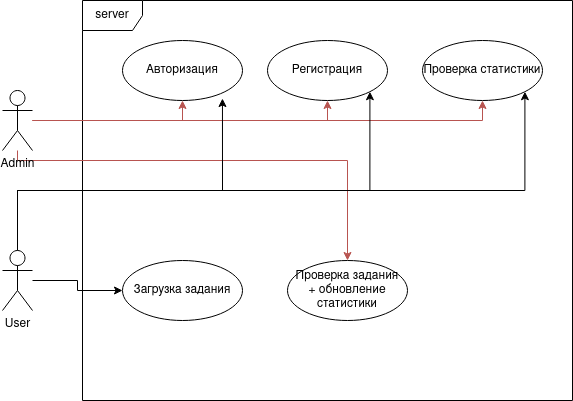
Above: docs/UseCase.drawio.png in tunderof/potato (draw.io), before the change. Source tidied: cells renumbered, new cells last; positions are measured from the earlier drawing's top-left corner, leaving out a move shared by most shapes.
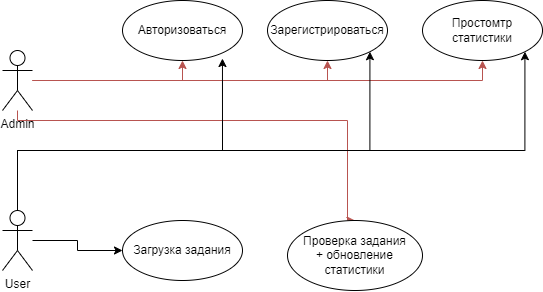
Later version of the same file.

Diff of the diagram source:
```diff
@@ -1,11 +1,8 @@
-<mxGraphModel>
+<mxGraphModel background="#ffffff">
   <root>
     <mxCell id="0" />
     <mxCell id="1" parent="0" />
-    <mxCell id="2" value="server" style="shape=umlFrame;whiteSpace=wrap;html=1;" parent="1" vertex="1">
-      <mxGeometry x="80" width="490" height="400" as="geometry" />
-    </mxCell>
-    <mxCell id="3" value="Авторизация" style="ellipse;whiteSpace=wrap;html=1;" parent="1" vertex="1">
+    <mxCell id="3" value="Авторизоваться" style="ellipse;whiteSpace=wrap;html=1;" parent="1" vertex="1">
       <mxGeometry x="120" y="40" width="120" height="60" as="geometry" />
     </mxCell>
     <mxCell id="4" style="edgeStyle=orthogonalEdgeStyle;rounded=0;jettySize=auto;html=1;entryX=0.5;entryY=1;entryDx=0;entryDy=0;fillColor=#f8cecc;strokeColor=#b85450;" parent="1" edge="1" source="8" target="3">
@@ -25,10 +22,10 @@
         </Array>
       </mxGeometry>
     </mxCell>
-    <mxCell id="8" value="Admin" style="shape=umlActor;verticalLabelPosition=bottom;verticalAlign=top;html=1;" parent="1" vertex="1">
+    <mxCell id="8" value="Admin" style="shape=umlActor;verticalLabelPosition=bottom;verticalAlign=top;html=1;strokeColor=#000000;fontColor=#000000;" parent="1" vertex="1">
       <mxGeometry y="90" width="30" height="60" as="geometry" />
     </mxCell>
-    <mxCell id="9" style="edgeStyle=orthogonalEdgeStyle;rounded=0;jettySize=auto;html=1;entryX=0.833;entryY=0.967;entryDx=0;entryDy=0;entryPerimeter=0;" parent="1" edge="1" source="13" target="3">
+    <mxCell id="9" style="edgeStyle=orthogonalEdgeStyle;rounded=0;jettySize=auto;html=1;entryX=0.833;entryY=0.967;entryDx=0;entryDy=0;entryPerimeter=0;strokeColor=#000000;" parent="1" edge="1" source="13" target="3">
       <mxGeometry relative="1" as="geometry">
         <Array as="points">
           <mxPoint x="15" y="190" />
@@ -36,7 +33,7 @@
         </Array>
       </mxGeometry>
     </mxCell>
-    <mxCell id="10" style="edgeStyle=orthogonalEdgeStyle;rounded=0;jettySize=auto;html=1;entryX=1;entryY=1;entryDx=0;entryDy=0;" parent="1" edge="1" source="13" target="14">
+    <mxCell id="10" style="edgeStyle=orthogonalEdgeStyle;rounded=0;jettySize=auto;html=1;entryX=1;entryY=1;entryDx=0;entryDy=0;strokeColor=#000000;" parent="1" edge="1" source="13" target="14">
       <mxGeometry relative="1" as="geometry">
         <Array as="points">
           <mxPoint x="15" y="190" />
@@ -44,7 +41,7 @@
         </Array>
       </mxGeometry>
     </mxCell>
-    <mxCell id="11" style="edgeStyle=orthogonalEdgeStyle;rounded=0;jettySize=auto;html=1;entryX=1;entryY=1;entryDx=0;entryDy=0;" parent="1" edge="1" source="13" target="15">
+    <mxCell id="11" style="edgeStyle=orthogonalEdgeStyle;rounded=0;jettySize=auto;html=1;entryX=1;entryY=1;entryDx=0;entryDy=0;strokeColor=#000000;" parent="1" edge="1" source="13" target="15">
       <mxGeometry relative="1" as="geometry">
         <Array as="points">
           <mxPoint x="15" y="190" />
@@ -52,20 +49,20 @@
         </Array>
       </mxGeometry>
     </mxCell>
-    <mxCell id="12" style="edgeStyle=orthogonalEdgeStyle;rounded=0;jettySize=auto;html=1;entryX=0;entryY=0.5;entryDx=0;entryDy=0;" parent="1" edge="1" source="13" target="17">
+    <mxCell id="12" style="edgeStyle=orthogonalEdgeStyle;rounded=0;jettySize=auto;html=1;entryX=0;entryY=0.5;entryDx=0;entryDy=0;strokeColor=#000000;" parent="1" edge="1" source="13" target="17">
       <mxGeometry relative="1" as="geometry" />
     </mxCell>
-    <mxCell id="13" value="User" style="shape=umlActor;verticalLabelPosition=bottom;verticalAlign=top;html=1;" parent="1" vertex="1">
+    <mxCell id="13" value="User" style="shape=umlActor;verticalLabelPosition=bottom;verticalAlign=top;html=1;fontColor=#000000;strokeColor=#000000;" parent="1" vertex="1">
       <mxGeometry y="250" width="30" height="60" as="geometry" />
     </mxCell>
-    <mxCell id="14" value="Регистрация" style="ellipse;whiteSpace=wrap;html=1;" parent="1" vertex="1">
+    <mxCell id="14" value="Зарегистрироваться" style="ellipse;whiteSpace=wrap;html=1;" parent="1" vertex="1">
       <mxGeometry x="265" y="40" width="120" height="60" as="geometry" />
     </mxCell>
-    <mxCell id="15" value="Проверка статистики" style="ellipse;whiteSpace=wrap;html=1;" parent="1" vertex="1">
+    <mxCell id="15" value="Простомтр статистики" style="ellipse;whiteSpace=wrap;html=1;" parent="1" vertex="1">
       <mxGeometry x="420" y="40" width="120" height="60" as="geometry" />
     </mxCell>
     <mxCell id="16" value="Проверка задания&lt;br&gt;+ обновление статистики" style="ellipse;whiteSpace=wrap;html=1;" parent="1" vertex="1">
-      <mxGeometry x="285" y="260" width="120" height="60" as="geometry" />
+      <mxGeometry x="285" y="260" width="135" height="70" as="geometry" />
     </mxCell>
     <mxCell id="17" value="Загрузка задания" style="ellipse;whiteSpace=wrap;html=1;" parent="1" vertex="1">
       <mxGeometry x="120" y="260" width="120" height="60" as="geometry" />
```
